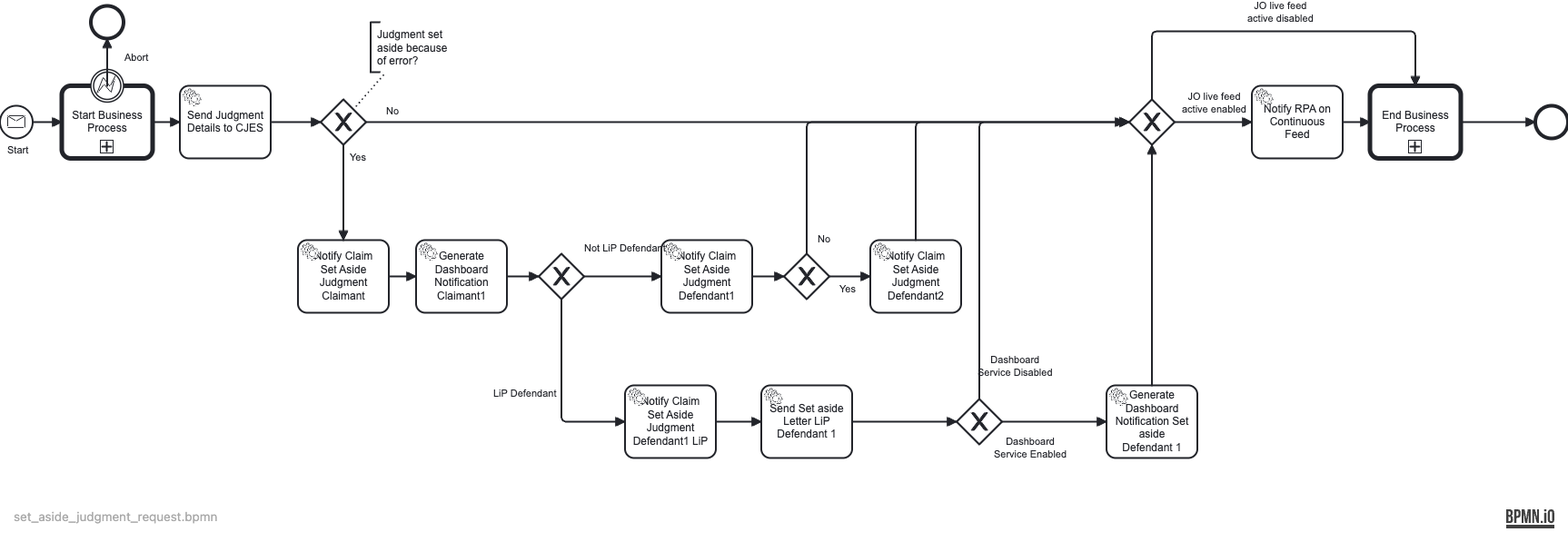
hmcts/civil-service keeps this BPMN diagram as docs/bpmn-diagrams/set_aside_judgment_request.png. Above is the earlier version. Its source is kept beside it as src/main/resources/camunda/set_aside_judgment_request.bpmn. Ids are renumbered.
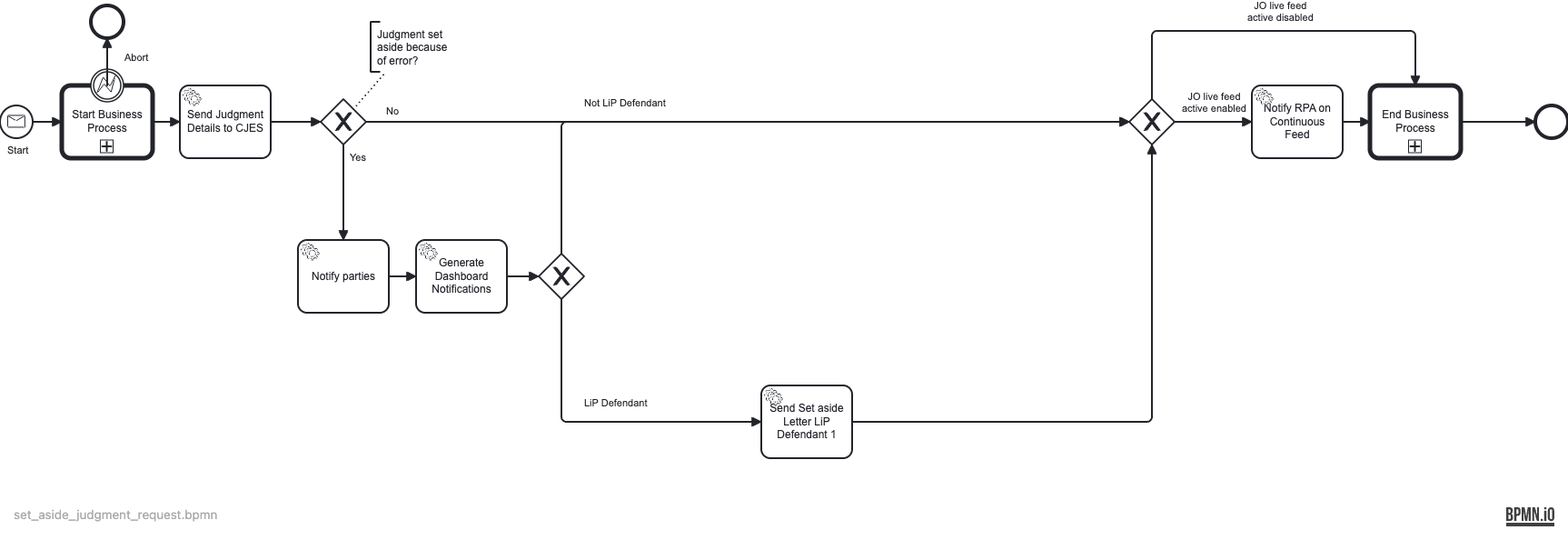
After the commit.

The edit, as a diff of the source:
```diff
@@ -61,7 +61,7 @@
       <bpmn:outgoing>Flow_n21</bpmn:outgoing>
     </bpmn:serviceTask>
     <bpmn:sequenceFlow id="Flow_n21" sourceRef="SendSetAsideLiPLetterDef1" targetRef="Gateway_n22" />
-    <bpmn:serviceTask id="GenerateDashboardNotificationsSetAsideJudgement" name="Generate Dashboard Notifications" camunda:type="external" camunda:topic="processCaseEvent">
+    <bpmn:serviceTask id="GenerateDashboardNotificationsSetAsideJudgement" name="Generate Dashboard Notifications" camunda:type="external" camunda:topic="dashboardNotifications">
       <bpmn:extensionElements>
         <camunda:inputOutput>
           <camunda:inputParameter name="caseEvent">DASHBOARD_NOTIFICATION_EVENT</camunda:inputParameter>
```
